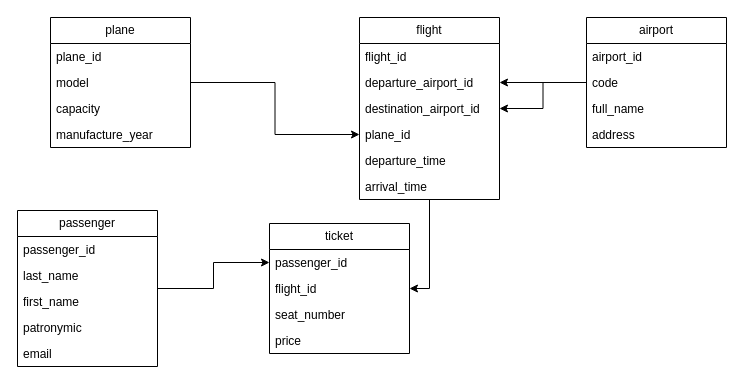
The draw.io diagram page "18 Рейсы, пассажиры, билеты." (1 of 2) of lw2/lw2.drawio in alozhka/databases-course, before the edit. Source tidied: cells renumbered, new cells numbered last; positions are measured from the earlier drawing's top-left corner, leaving out a move shared by most shapes. Both pictures are drawn from the tidied source at 100%, with x=0, y=0 at pixel (17, 17).
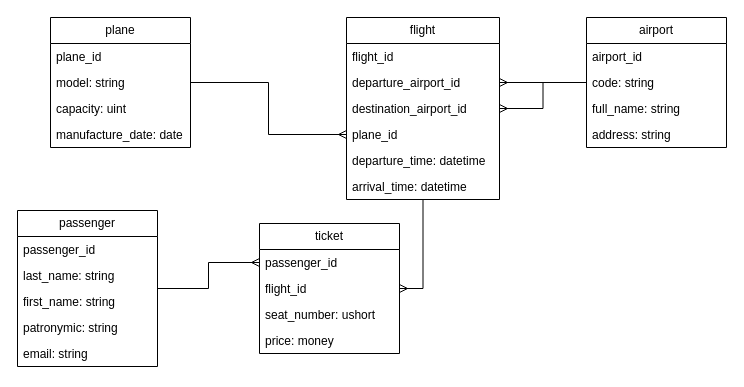
The same page after the edit.

Unchanged cells that the change refers to:
```xml
<mxCell id="12" value="airport" style="swimlane;fontStyle=0;horizontal=1;startSize=26;fillColor=none;whiteSpace=wrap;html=1;" parent="1" vertex="1">
  <mxGeometry x="569" width="140" height="130" as="geometry" />
</mxCell>
<mxCell id="18" value="passenger" style="swimlane;fontStyle=0;horizontal=1;startSize=26;fillColor=none;whiteSpace=wrap;html=1;" parent="1" vertex="1">
  <mxGeometry y="193" width="140" height="156" as="geometry" />
</mxCell>
<mxCell id="25" value="passenger_id" style="text;strokeColor=none;fillColor=none;align=left;verticalAlign=top;spacingLeft=4;spacingRight=4;overflow=hidden;points=[[0,0.5],[1,0.5]];portConstraint=eastwest;whiteSpace=wrap;html=1;" parent="24" vertex="1">
  <mxGeometry y="26" width="140" height="26" as="geometry" />
</mxCell>
<mxCell id="26" value="flight_id" style="text;strokeColor=none;fillColor=none;align=left;verticalAlign=top;spacingLeft=4;spacingRight=4;overflow=hidden;points=[[0,0.5],[1,0.5]];portConstraint=eastwest;whiteSpace=wrap;html=1;" parent="24" vertex="1">
  <mxGeometry y="52" width="140" height="26" as="geometry" />
</mxCell>
<mxCell id="30" value="plane" style="swimlane;fontStyle=0;horizontal=1;startSize=26;fillColor=none;whiteSpace=wrap;html=1;" parent="1" vertex="1">
  <mxGeometry x="33" width="140" height="130" as="geometry" />
</mxCell>
```

The edit, as a diff of the source:
```diff
@@
-    <mxCell id="2" style="edgeStyle=orthogonalEdgeStyle;rounded=0;jettySize=auto;html=1;entryX=1;entryY=0.5;entryDx=0;entryDy=0;" parent="1" edge="1" source="3" target="26">
+    <mxCell id="2" style="edgeStyle=orthogonalEdgeStyle;rounded=0;jettySize=auto;html=1;entryX=1;entryY=0.5;entryDx=0;entryDy=0;endArrow=ERmany;endFill=0;" parent="1" edge="1" source="3" target="26">
       <mxGeometry relative="1" as="geometry" />
     </mxCell>
     <mxCell id="3" value="flight" style="swimlane;fontStyle=0;horizontal=1;startSize=26;fillColor=none;whiteSpace=wrap;html=1;" parent="1" vertex="1">
-      <mxGeometry x="342" width="140" height="182" as="geometry" />
+      <mxGeometry x="329" width="153" height="182" as="geometry" />
     </mxCell>
     <mxCell id="4" value="flight_id" style="text;strokeColor=none;fillColor=none;align=left;verticalAlign=top;spacingLeft=4;spacingRight=4;overflow=hidden;whiteSpace=wrap;html=1;" parent="3" vertex="1">
-      <mxGeometry y="26" width="140" height="26" as="geometry" />
+      <mxGeometry y="26" width="153" height="26" as="geometry" />
     </mxCell>
     <mxCell id="5" value="departure_airport_id" style="text;strokeColor=none;fillColor=none;align=left;verticalAlign=top;spacingLeft=4;spacingRight=4;overflow=hidden;points=[[0,0.5],[1,0.5]];portConstraint=eastwest;whiteSpace=wrap;html=1;" parent="3" vertex="1">
-      <mxGeometry y="52" width="140" height="26" as="geometry" />
+      <mxGeometry y="52" width="153" height="26" as="geometry" />
     </mxCell>
     <mxCell id="6" value="destination_airport_id" style="text;strokeColor=none;fillColor=none;align=left;verticalAlign=top;spacingLeft=4;spacingRight=4;overflow=hidden;points=[[0,0.5],[1,0.5]];portConstraint=eastwest;whiteSpace=wrap;html=1;" parent="3" vertex="1">
-      <mxGeometry y="78" width="140" height="26" as="geometry" />
+      <mxGeometry y="78" width="153" height="26" as="geometry" />
     </mxCell>
     <mxCell id="7" value="plane_id" style="text;strokeColor=none;fillColor=none;align=left;verticalAlign=top;spacingLeft=4;spacingRight=4;overflow=hidden;points=[[0,0.5],[1,0.5]];portConstraint=eastwest;whiteSpace=wrap;html=1;" parent="3" vertex="1">
-      <mxGeometry y="104" width="140" height="26" as="geometry" />
+      <mxGeometry y="104" width="153" height="26" as="geometry" />
     </mxCell>
-    <mxCell id="8" value="departure_time" style="text;strokeColor=none;fillColor=none;align=left;verticalAlign=top;spacingLeft=4;spacingRight=4;overflow=hidden;whiteSpace=wrap;html=1;" parent="3" vertex="1">
-      <mxGeometry y="130" width="140" height="26" as="geometry" />
+    <mxCell id="8" value="departure_time: datetime" style="text;strokeColor=none;fillColor=none;align=left;verticalAlign=top;spacingLeft=4;spacingRight=4;overflow=hidden;whiteSpace=wrap;html=1;" parent="3" vertex="1">
+      <mxGeometry y="130" width="153" height="26" as="geometry" />
     </mxCell>
-    <mxCell id="9" value="arrival_time" style="text;strokeColor=none;fillColor=none;align=left;verticalAlign=top;spacingLeft=4;spacingRight=4;overflow=hidden;whiteSpace=wrap;html=1;" parent="3" vertex="1">
-      <mxGeometry y="156" width="140" height="26" as="geometry" />
+    <mxCell id="9" value="arrival_time: datetime" style="text;strokeColor=none;fillColor=none;align=left;verticalAlign=top;spacingLeft=4;spacingRight=4;overflow=hidden;whiteSpace=wrap;html=1;" parent="3" vertex="1">
+      <mxGeometry y="156" width="153" height="26" as="geometry" />
     </mxCell>
-    <mxCell id="10" style="edgeStyle=orthogonalEdgeStyle;rounded=0;jettySize=auto;html=1;" parent="1" edge="1" source="12" target="5">
+    <mxCell id="10" style="edgeStyle=orthogonalEdgeStyle;rounded=0;jettySize=auto;html=1;endArrow=ERmany;endFill=0;" parent="1" edge="1" source="12" target="5">
       <mxGeometry relative="1" as="geometry" />
     </mxCell>
-    <mxCell id="11" style="edgeStyle=orthogonalEdgeStyle;rounded=0;jettySize=auto;html=1;" parent="1" edge="1" source="12" target="6">
+    <mxCell id="11" style="edgeStyle=orthogonalEdgeStyle;rounded=0;jettySize=auto;html=1;endArrow=ERmany;endFill=0;" parent="1" edge="1" source="12" target="6">
       <mxGeometry relative="1" as="geometry" />
     </mxCell>
@@
-    <mxCell id="14" value="code" style="text;strokeColor=none;fillColor=none;align=left;verticalAlign=top;spacingLeft=4;spacingRight=4;overflow=hidden;whiteSpace=wrap;html=1;" parent="12" vertex="1">
+    <mxCell id="14" value="code: string" style="text;strokeColor=none;fillColor=none;align=left;verticalAlign=top;spacingLeft=4;spacingRight=4;overflow=hidden;whiteSpace=wrap;html=1;" parent="12" vertex="1">
       <mxGeometry y="52" width="140" height="26" as="geometry" />
     </mxCell>
-    <mxCell id="15" value="full_name" style="text;strokeColor=none;fillColor=none;align=left;verticalAlign=top;spacingLeft=4;spacingRight=4;overflow=hidden;whiteSpace=wrap;html=1;" parent="12" vertex="1">
+    <mxCell id="15" value="full_name: string" style="text;strokeColor=none;fillColor=none;align=left;verticalAlign=top;spacingLeft=4;spacingRight=4;overflow=hidden;whiteSpace=wrap;html=1;" parent="12" vertex="1">
       <mxGeometry y="78" width="140" height="26" as="geometry" />
     </mxCell>
-    <mxCell id="16" value="address" style="text;strokeColor=none;fillColor=none;align=left;verticalAlign=top;spacingLeft=4;spacingRight=4;overflow=hidden;whiteSpace=wrap;html=1;" parent="12" vertex="1">
+    <mxCell id="16" value="address: string" style="text;strokeColor=none;fillColor=none;align=left;verticalAlign=top;spacingLeft=4;spacingRight=4;overflow=hidden;whiteSpace=wrap;html=1;" parent="12" vertex="1">
       <mxGeometry y="104" width="140" height="26" as="geometry" />
     </mxCell>
-    <mxCell id="17" style="edgeStyle=orthogonalEdgeStyle;rounded=0;jettySize=auto;html=1;" parent="1" edge="1" source="18" target="25">
+    <mxCell id="17" style="edgeStyle=orthogonalEdgeStyle;rounded=0;jettySize=auto;html=1;endArrow=ERmany;endFill=0;" parent="1" edge="1" source="18" target="25">
       <mxGeometry relative="1" as="geometry" />
     </mxCell>
@@
-    <mxCell id="20" value="last_name" style="text;strokeColor=none;fillColor=none;align=left;verticalAlign=top;spacingLeft=4;spacingRight=4;overflow=hidden;whiteSpace=wrap;html=1;" parent="18" vertex="1">
+    <mxCell id="20" value="last_name: string" style="text;strokeColor=none;fillColor=none;align=left;verticalAlign=top;spacingLeft=4;spacingRight=4;overflow=hidden;whiteSpace=wrap;html=1;" parent="18" vertex="1">
       <mxGeometry y="52" width="140" height="26" as="geometry" />
     </mxCell>
-    <mxCell id="21" value="first_name" style="text;strokeColor=none;fillColor=none;align=left;verticalAlign=top;spacingLeft=4;spacingRight=4;overflow=hidden;whiteSpace=wrap;html=1;" parent="18" vertex="1">
+    <mxCell id="21" value="first_name: string" style="text;strokeColor=none;fillColor=none;align=left;verticalAlign=top;spacingLeft=4;spacingRight=4;overflow=hidden;whiteSpace=wrap;html=1;" parent="18" vertex="1">
       <mxGeometry y="78" width="140" height="26" as="geometry" />
     </mxCell>
-    <mxCell id="22" value="patronymic" style="text;strokeColor=none;fillColor=none;align=left;verticalAlign=top;spacingLeft=4;spacingRight=4;overflow=hidden;whiteSpace=wrap;html=1;" parent="18" vertex="1">
+    <mxCell id="22" value="patronymic: string" style="text;strokeColor=none;fillColor=none;align=left;verticalAlign=top;spacingLeft=4;spacingRight=4;overflow=hidden;whiteSpace=wrap;html=1;" parent="18" vertex="1">
       <mxGeometry y="104" width="140" height="26" as="geometry" />
     </mxCell>
-    <mxCell id="23" value="email" style="text;strokeColor=none;fillColor=none;align=left;verticalAlign=top;spacingLeft=4;spacingRight=4;overflow=hidden;whiteSpace=wrap;html=1;" parent="18" vertex="1">
+    <mxCell id="23" value="email: string" style="text;strokeColor=none;fillColor=none;align=left;verticalAlign=top;spacingLeft=4;spacingRight=4;overflow=hidden;whiteSpace=wrap;html=1;" parent="18" vertex="1">
       <mxGeometry y="130" width="140" height="26" as="geometry" />
     </mxCell>
     <mxCell id="24" value="ticket" style="swimlane;fontStyle=0;horizontal=1;startSize=26;fillColor=none;whiteSpace=wrap;html=1;" parent="1" vertex="1">
-      <mxGeometry x="252" y="206" width="140" height="130" as="geometry" />
+      <mxGeometry x="242" y="206" width="140" height="130" as="geometry" />
     </mxCell>
@@
-    <mxCell id="27" value="seat_number" style="text;strokeColor=none;fillColor=none;align=left;verticalAlign=top;spacingLeft=4;spacingRight=4;overflow=hidden;whiteSpace=wrap;html=1;" parent="24" vertex="1">
+    <mxCell id="27" value="seat_number: ushort" style="text;strokeColor=none;fillColor=none;align=left;verticalAlign=top;spacingLeft=4;spacingRight=4;overflow=hidden;whiteSpace=wrap;html=1;" parent="24" vertex="1">
       <mxGeometry y="78" width="140" height="26" as="geometry" />
     </mxCell>
-    <mxCell id="28" value="price" style="text;strokeColor=none;fillColor=none;align=left;verticalAlign=top;spacingLeft=4;spacingRight=4;overflow=hidden;whiteSpace=wrap;html=1;" parent="24" vertex="1">
+    <mxCell id="28" value="price: money" style="text;strokeColor=none;fillColor=none;align=left;verticalAlign=top;spacingLeft=4;spacingRight=4;overflow=hidden;whiteSpace=wrap;html=1;" parent="24" vertex="1">
       <mxGeometry y="104" width="140" height="26" as="geometry" />
     </mxCell>
-    <mxCell id="29" style="edgeStyle=orthogonalEdgeStyle;rounded=0;jettySize=auto;html=1;" parent="1" edge="1" source="30" target="7">
+    <mxCell id="29" style="edgeStyle=orthogonalEdgeStyle;rounded=0;jettySize=auto;html=1;endArrow=ERmany;endFill=0;" parent="1" edge="1" source="30" target="7">
       <mxGeometry relative="1" as="geometry" />
     </mxCell>
@@
-    <mxCell id="32" value="model" style="text;strokeColor=none;fillColor=none;align=left;verticalAlign=top;spacingLeft=4;spacingRight=4;overflow=hidden;whiteSpace=wrap;html=1;" parent="30" vertex="1">
+    <mxCell id="32" value="model: string" style="text;strokeColor=none;fillColor=none;align=left;verticalAlign=top;spacingLeft=4;spacingRight=4;overflow=hidden;whiteSpace=wrap;html=1;" parent="30" vertex="1">
       <mxGeometry y="52" width="140" height="26" as="geometry" />
     </mxCell>
-    <mxCell id="33" value="capacity" style="text;strokeColor=none;fillColor=none;align=left;verticalAlign=top;spacingLeft=4;spacingRight=4;overflow=hidden;whiteSpace=wrap;html=1;" parent="30" vertex="1">
+    <mxCell id="33" value="capacity: uint" style="text;strokeColor=none;fillColor=none;align=left;verticalAlign=top;spacingLeft=4;spacingRight=4;overflow=hidden;whiteSpace=wrap;html=1;" parent="30" vertex="1">
       <mxGeometry y="78" width="140" height="26" as="geometry" />
     </mxCell>
-    <mxCell id="34" value="manufacture_year" style="text;strokeColor=none;fillColor=none;align=left;verticalAlign=top;spacingLeft=4;spacingRight=4;overflow=hidden;whiteSpace=wrap;html=1;" parent="30" vertex="1">
+    <mxCell id="34" value="manufacture_date: date" style="text;strokeColor=none;fillColor=none;align=left;verticalAlign=top;spacingLeft=4;spacingRight=4;overflow=hidden;whiteSpace=wrap;html=1;" parent="30" vertex="1">
       <mxGeometry y="104" width="140" height="26" as="geometry" />
     </mxCell>
```
